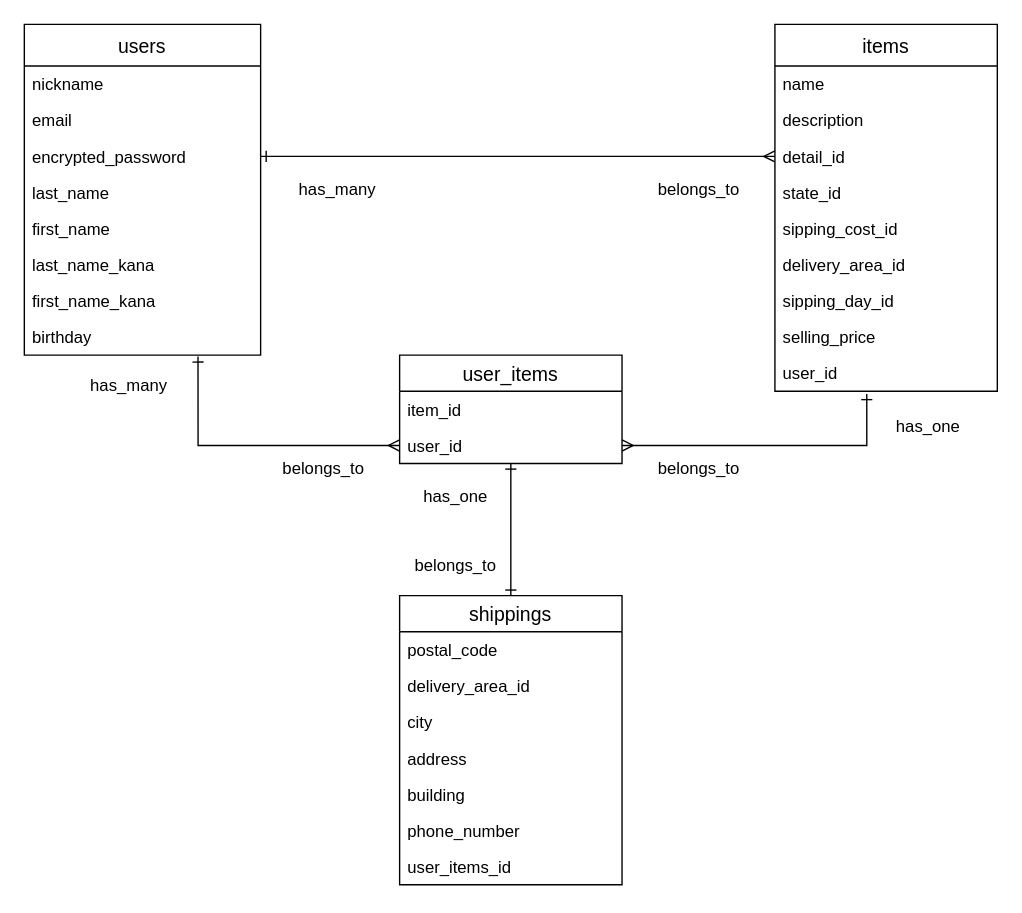
Earlier version of the draw.io diagram furima.dio (nao0313/furima-34535). Source tidied: cells renumbered, new cells numbered last; positions are measured from the earlier drawing's top-left corner, leaving out a move shared by most shapes. Both pictures are drawn from the tidied source at 139%, with x=0, y=0 at pixel (24, 24).
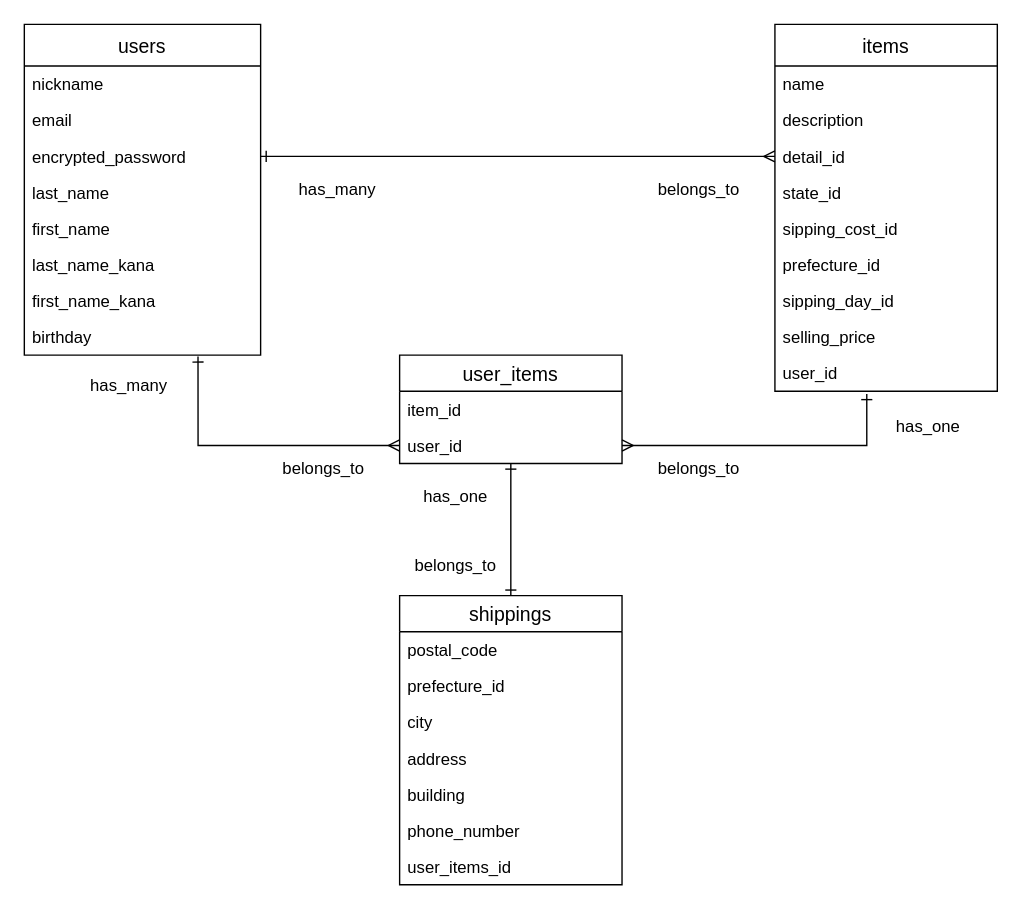
The same diagram, later.

Commit message (it also covers changes not shown here):
README,ER図の最終調整

Unchanged cells that the change refers to:
```xml
<mxCell id="21" value="shippings" style="swimlane;fontStyle=0;horizontal=1;startSize=26;align=center;fontSize=14;" parent="1" vertex="1">
  <mxGeometry x="270" y="411" width="160" height="208" as="geometry" />
</mxCell>
<mxCell id="30" value="items" style="swimlane;fontStyle=0;horizontal=1;startSize=30;align=center;fontSize=14;" parent="1" vertex="1">
  <mxGeometry x="540" width="160" height="264" as="geometry" />
</mxCell>
```

Diff of the diagram source:
```diff
@@
-    <mxCell id="23" value="delivery_area_id" style="text;strokeColor=none;fillColor=none;spacingLeft=4;spacingRight=4;overflow=hidden;fontSize=12;" parent="21" vertex="1">
+    <mxCell id="23" value="prefecture_id" style="text;strokeColor=none;fillColor=none;spacingLeft=4;spacingRight=4;overflow=hidden;fontSize=12;" parent="21" vertex="1">
       <mxGeometry y="52" width="160" height="26" as="geometry" />
     </mxCell>
@@
-    <mxCell id="36" value="delivery_area_id" style="text;strokeColor=none;fillColor=none;spacingLeft=4;spacingRight=4;overflow=hidden;fontSize=12;" parent="30" vertex="1">
+    <mxCell id="36" value="prefecture_id" style="text;strokeColor=none;fillColor=none;spacingLeft=4;spacingRight=4;overflow=hidden;fontSize=12;" parent="30" vertex="1">
       <mxGeometry y="160" width="160" height="26" as="geometry" />
     </mxCell>
```
